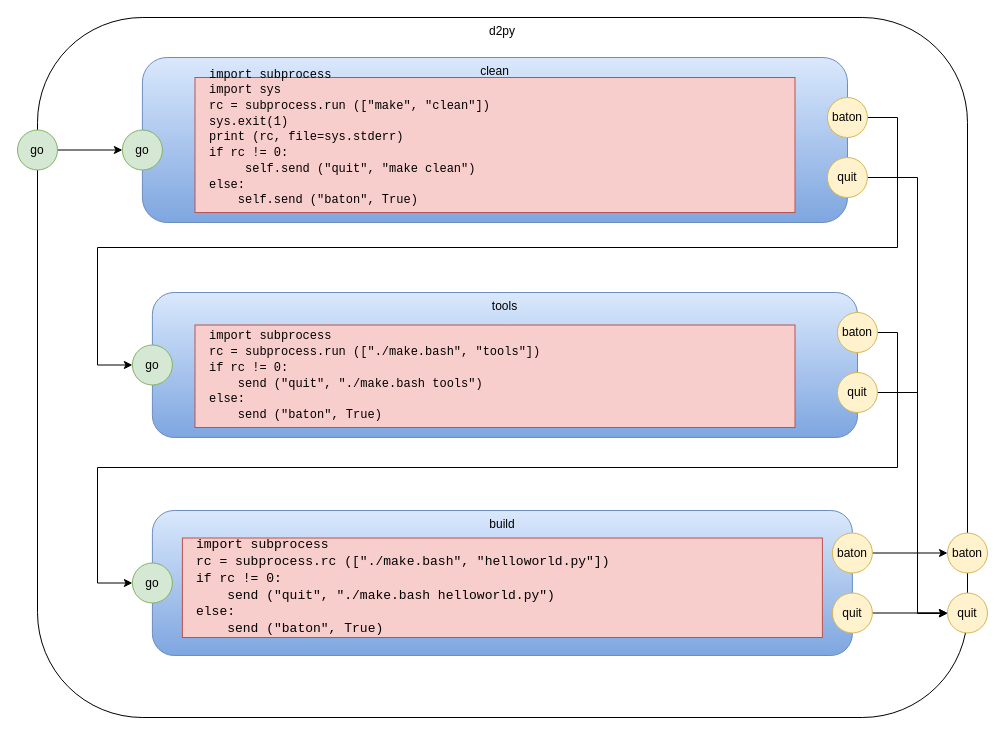
The draw.io diagram d2py.drawio in guitarvydas/das, before the edit. Source tidied: cells renumbered, new cells numbered last; positions are measured from the earlier drawing's top-left corner, leaving out a move shared by most shapes. Both pictures are drawn from the tidied source at 100%, with x=0, y=0 at pixel (17, 17).
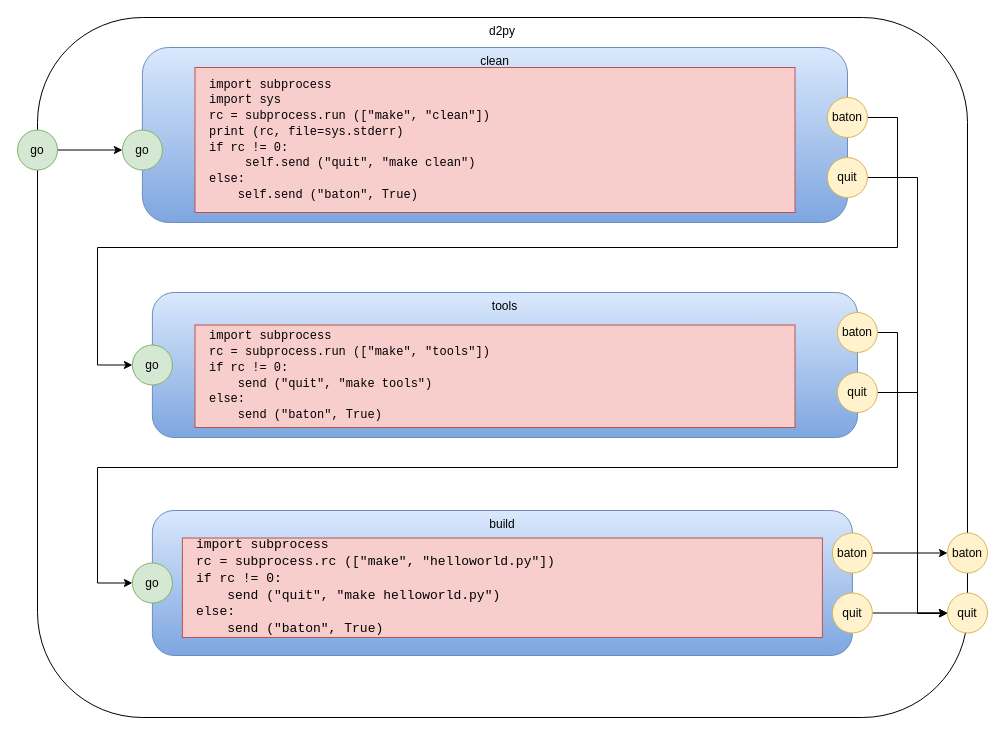
The same page after the edit.

Change to the diagram source:
```diff
@@
     <mxCell id="5" value="clean" style="rounded=1;whiteSpace=wrap;html=1;gradientColor=#7ea6e0;fillColor=#dae8fc;strokeColor=#6c8ebf;verticalAlign=top;" parent="1" vertex="1">
-      <mxGeometry x="124.9" y="40" width="705.1" height="165" as="geometry" />
+      <mxGeometry x="124.9" y="30" width="705.1" height="175" as="geometry" />
     </mxCell>
-    <mxCell id="6" value="&lt;pre class=&quot;lang-py s-code-block&quot; style=&quot;margin-top: 0px ; margin-bottom: 0px ; padding: 12px ; border: 0px ; font-stretch: inherit ; line-height: 1.30769 ; vertical-align: baseline ; box-sizing: inherit ; width: auto ; max-height: 600px ; overflow: auto ; border-radius: 5px ; overflow-wrap: normal&quot;&gt;import subprocess&lt;br&gt;import sys&lt;br&gt;rc = subprocess.run ([&quot;make&quot;, &quot;clean&quot;])&lt;br&gt;sys.exit(1)&lt;br&gt;print (rc, file=sys.stderr)&lt;br&gt;if rc != 0:&lt;br&gt;     self.send (&quot;quit&quot;, &quot;make clean&quot;)&lt;br&gt;else:&lt;br&gt;    self.send (&quot;baton&quot;, True)&lt;br&gt;&lt;/pre&gt;&lt;div&gt;&lt;br&gt;&lt;/div&gt;&lt;div&gt;&lt;/div&gt;" style="rounded=0;whiteSpace=wrap;html=1;fillColor=#f8cecc;strokeColor=#b85450;align=left;" parent="1" vertex="1">
-      <mxGeometry x="177.5" y="60" width="600" height="135" as="geometry" />
+    <mxCell id="6" value="&lt;pre class=&quot;lang-py s-code-block&quot; style=&quot;margin-top: 0px ; margin-bottom: 0px ; padding: 12px ; border: 0px ; font-stretch: inherit ; line-height: 1.30769 ; vertical-align: baseline ; box-sizing: inherit ; width: auto ; max-height: 600px ; overflow: auto ; border-radius: 5px ; overflow-wrap: normal&quot;&gt;import subprocess&lt;br&gt;import sys&lt;br&gt;rc = subprocess.run ([&quot;make&quot;, &quot;clean&quot;])&lt;br&gt;print (rc, file=sys.stderr)&lt;br&gt;if rc != 0:&lt;br&gt;     self.send (&quot;quit&quot;, &quot;make clean&quot;)&lt;br&gt;else:&lt;br&gt;    self.send (&quot;baton&quot;, True)&lt;/pre&gt;&lt;div&gt;&lt;/div&gt;" style="rounded=0;whiteSpace=wrap;html=1;fillColor=#f8cecc;strokeColor=#b85450;align=left;" parent="1" vertex="1">
+      <mxGeometry x="177.5" y="50" width="600" height="145" as="geometry" />
     </mxCell>
-    <mxCell id="7" value="&lt;pre class=&quot;lang-py s-code-block&quot; style=&quot;margin-top: 0px ; margin-bottom: 0px ; padding: 12px ; border: 0px ; font-stretch: inherit ; line-height: 1.30769 ; vertical-align: baseline ; box-sizing: inherit ; width: auto ; max-height: 600px ; overflow: auto ; border-radius: 5px ; overflow-wrap: normal&quot;&gt;import subprocess&lt;br&gt;rc = subprocess.run ([&quot;./make.bash&quot;, &quot;tools&quot;])&lt;br&gt;if rc != 0:&lt;br&gt;    send (&quot;quit&quot;, &quot;./make.bash tools&quot;)&lt;br&gt;else:&lt;br&gt;    send (&quot;baton&quot;, True)&lt;/pre&gt;&lt;div&gt;&lt;/div&gt;" style="rounded=0;whiteSpace=wrap;html=1;fillColor=#f8cecc;strokeColor=#b85450;align=left;" parent="1" vertex="1">
+    <mxCell id="7" value="&lt;pre class=&quot;lang-py s-code-block&quot; style=&quot;margin-top: 0px ; margin-bottom: 0px ; padding: 12px ; border: 0px ; font-stretch: inherit ; line-height: 1.30769 ; vertical-align: baseline ; box-sizing: inherit ; width: auto ; max-height: 600px ; overflow: auto ; border-radius: 5px ; overflow-wrap: normal&quot;&gt;import subprocess&lt;br&gt;rc = subprocess.run ([&quot;make&quot;, &quot;tools&quot;])&lt;br&gt;if rc != 0:&lt;br&gt;    send (&quot;quit&quot;, &quot;make tools&quot;)&lt;br&gt;else:&lt;br&gt;    send (&quot;baton&quot;, True)&lt;/pre&gt;&lt;div&gt;&lt;/div&gt;" style="rounded=0;whiteSpace=wrap;html=1;fillColor=#f8cecc;strokeColor=#b85450;align=left;" parent="1" vertex="1">
       <mxGeometry x="177.5" y="307.5" width="600" height="102.5" as="geometry" />
     </mxCell>
-    <mxCell id="8" value="&lt;pre class=&quot;lang-py s-code-block&quot; style=&quot;margin-top: 0px ; margin-bottom: 0px ; padding: 12px ; border: 0px ; font-stretch: inherit ; line-height: 1.30769 ; vertical-align: baseline ; box-sizing: inherit ; width: auto ; max-height: 600px ; overflow: auto ; border-radius: 5px ; overflow-wrap: normal&quot;&gt;&lt;span style=&quot;font-size: 13px&quot;&gt;import subprocess&lt;br&gt;rc = subprocess.rc ([&quot;./make.bash&quot;, &quot;helloworld.py&quot;])&lt;br&gt;if rc != 0:&lt;br&gt;    send (&quot;quit&quot;, &quot;./make.bash helloworld.py&quot;)&lt;br&gt;else:&lt;br&gt;    send (&quot;baton&quot;, True)&lt;/span&gt;&lt;/pre&gt;&lt;div&gt;&lt;/div&gt;" style="rounded=0;whiteSpace=wrap;html=1;fillColor=#f8cecc;strokeColor=#b85450;align=left;" parent="1" vertex="1">
+    <mxCell id="8" value="&lt;pre class=&quot;lang-py s-code-block&quot; style=&quot;margin-top: 0px ; margin-bottom: 0px ; padding: 12px ; border: 0px ; font-stretch: inherit ; line-height: 1.30769 ; vertical-align: baseline ; box-sizing: inherit ; width: auto ; max-height: 600px ; overflow: auto ; border-radius: 5px ; overflow-wrap: normal&quot;&gt;&lt;span style=&quot;font-size: 13px&quot;&gt;import subprocess&lt;br&gt;rc = subprocess.rc ([&quot;make&quot;, &quot;helloworld.py&quot;])&lt;br&gt;if rc != 0:&lt;br&gt;    send (&quot;quit&quot;, &quot;make helloworld.py&quot;)&lt;br&gt;else:&lt;br&gt;    send (&quot;baton&quot;, True)&lt;/span&gt;&lt;/pre&gt;&lt;div&gt;&lt;/div&gt;" style="rounded=0;whiteSpace=wrap;html=1;fillColor=#f8cecc;strokeColor=#b85450;align=left;" parent="1" vertex="1">
       <mxGeometry x="164.9" y="520.5" width="640" height="99.5" as="geometry" />
     </mxCell>
```
